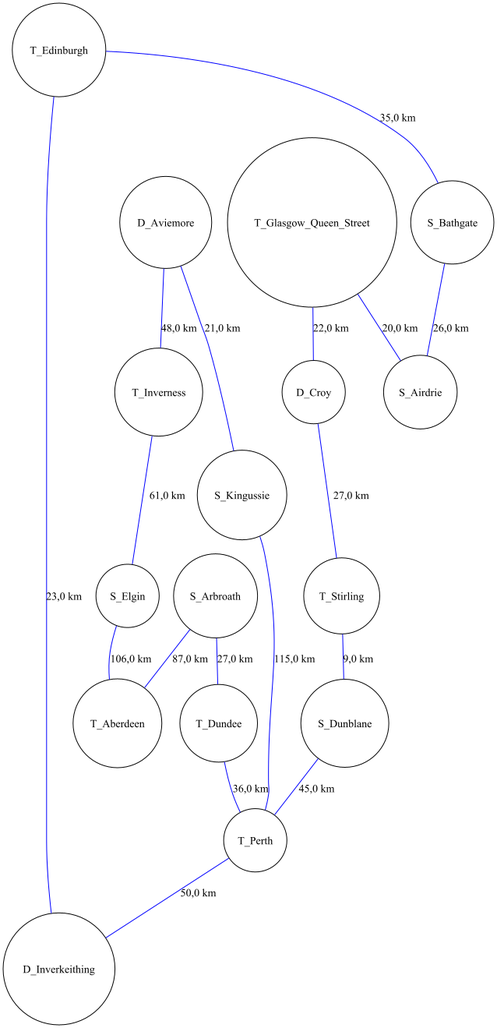
Above: docs/mdisc/us14/png/scenario1_lines.png in HenriqueSilva18/Railway-Network-Simulator (Graphviz), before the change. Its source is kept beside it as docs/mdisc/us14/dot/scenario1_lines.dot.
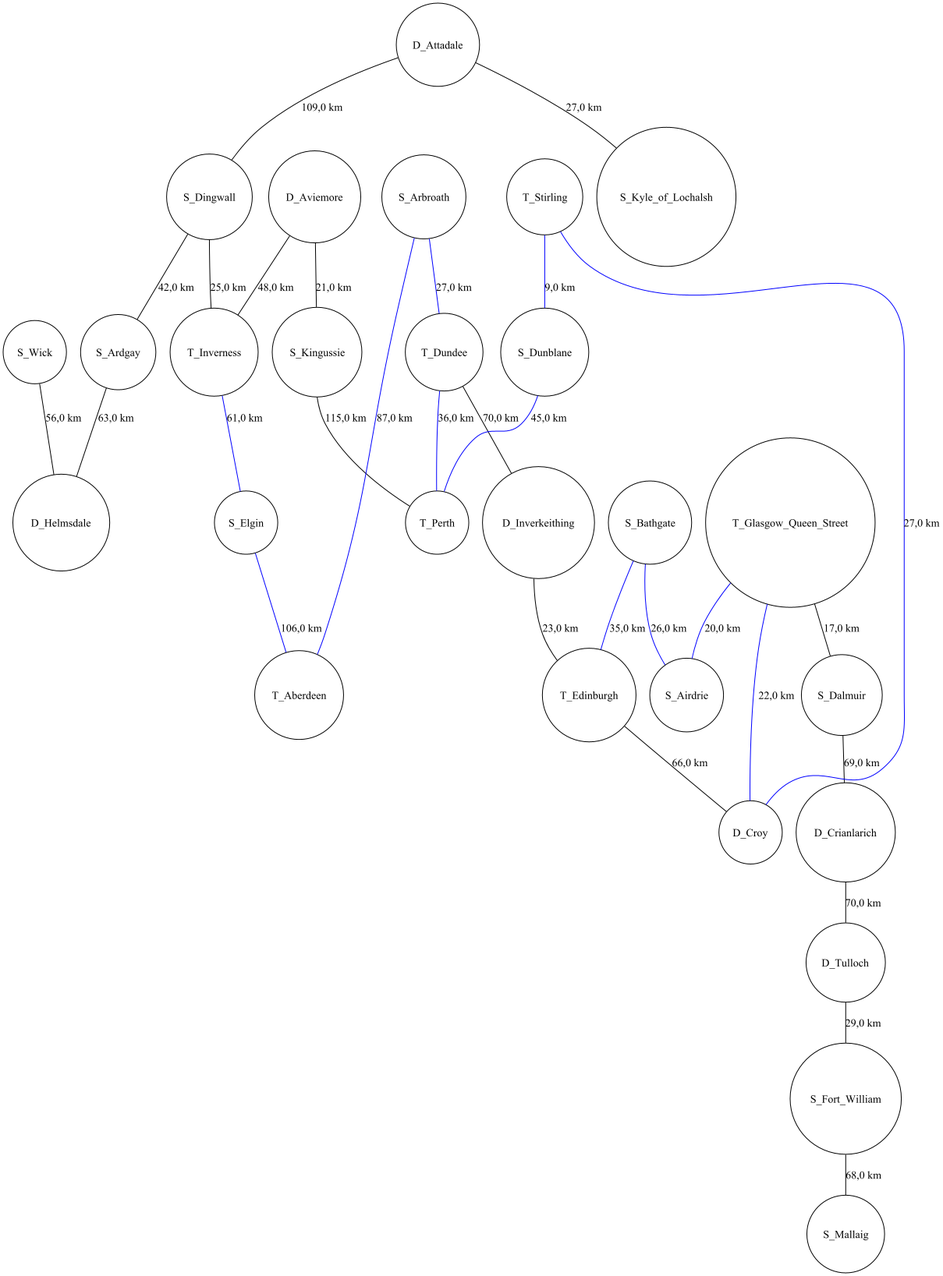
The same diagram one commit later.

Diff of the diagram source:
```diff
@@ -1,20 +1,32 @@
 graph RailwayNetwork {
   node [shape=circle];
+  "S_Wick" -- "D_Helmsdale" [label="56,0 km", color=black];
   "T_Glasgow_Queen_Street" -- "D_Croy" [label="22,0 km", color=blue];
   "T_Glasgow_Queen_Street" -- "S_Airdrie" [label="20,0 km", color=blue];
-  "T_Edinburgh" -- "D_Inverkeithing" [label="23,0 km", color=blue];
-  "T_Edinburgh" -- "S_Bathgate" [label="35,0 km", color=blue];
-  "D_Aviemore" -- "T_Inverness" [label="48,0 km", color=blue];
-  "D_Aviemore" -- "S_Kingussie" [label="21,0 km", color=blue];
-  "S_Kingussie" -- "T_Perth" [label="115,0 km", color=blue];
-  "T_Inverness" -- "S_Elgin" [label="61,0 km", color=blue];
+  "T_Glasgow_Queen_Street" -- "S_Dalmuir" [label="17,0 km", color=black];
+  "D_Aviemore" -- "T_Inverness" [label="48,0 km", color=black];
+  "D_Aviemore" -- "S_Kingussie" [label="21,0 km", color=black];
+  "S_Dalmuir" -- "D_Crianlarich" [label="69,0 km", color=black];
+  "S_Kingussie" -- "T_Perth" [label="115,0 km", color=black];
+  "D_Crianlarich" -- "D_Tulloch" [label="70,0 km", color=black];
+  "D_Tulloch" -- "S_Fort_William" [label="29,0 km", color=black];
+  "D_Attadale" -- "S_Kyle_of_Lochalsh" [label="27,0 km", color=black];
+  "D_Attadale" -- "S_Dingwall" [label="109,0 km", color=black];
   "S_Arbroath" -- "T_Aberdeen" [label="87,0 km", color=blue];
   "S_Arbroath" -- "T_Dundee" [label="27,0 km", color=blue];
-  "D_Croy" -- "T_Stirling" [label="27,0 km", color=blue];
+  "S_Bathgate" -- "T_Edinburgh" [label="35,0 km", color=blue];
   "S_Bathgate" -- "S_Airdrie" [label="26,0 km", color=blue];
+  "T_Dundee" -- "D_Inverkeithing" [label="70,0 km", color=black];
   "T_Dundee" -- "T_Perth" [label="36,0 km", color=blue];
   "T_Stirling" -- "S_Dunblane" [label="9,0 km", color=blue];
+  "T_Stirling" -- "D_Croy" [label="27,0 km", color=blue];
+  "D_Inverkeithing" -- "T_Edinburgh" [label="23,0 km", color=black];
+  "S_Dingwall" -- "S_Ardgay" [label="42,0 km", color=black];
+  "S_Dingwall" -- "T_Inverness" [label="25,0 km", color=black];
+  "S_Fort_William" -- "S_Mallaig" [label="68,0 km", color=black];
+  "T_Edinburgh" -- "D_Croy" [label="66,0 km", color=black];
+  "T_Inverness" -- "S_Elgin" [label="61,0 km", color=blue];
+  "S_Ardgay" -- "D_Helmsdale" [label="63,0 km", color=black];
   "S_Dunblane" -- "T_Perth" [label="45,0 km", color=blue];
-  "T_Perth" -- "D_Inverkeithing" [label="50,0 km", color=blue];
   "S_Elgin" -- "T_Aberdeen" [label="106,0 km", color=blue];
 }
```
